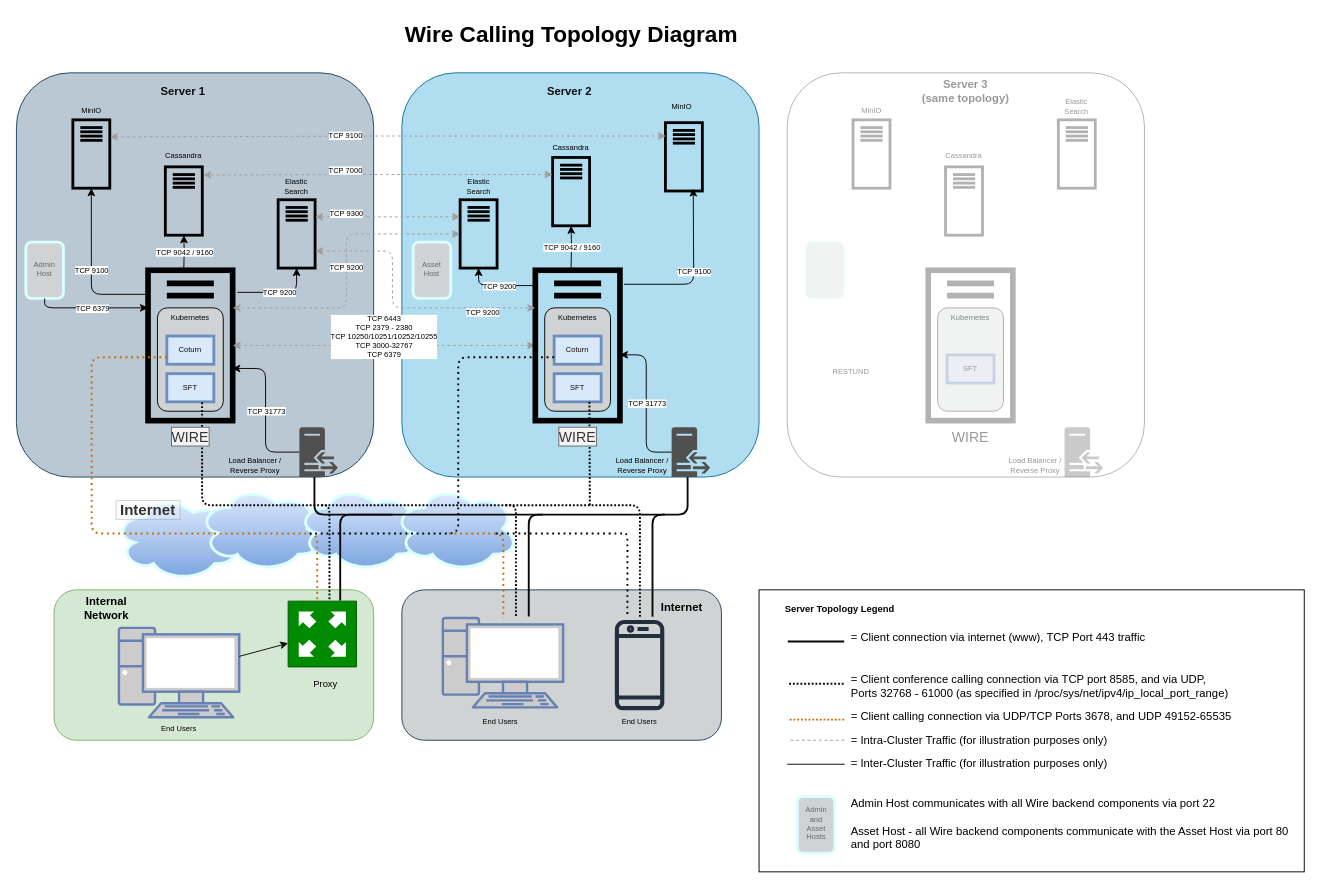
Earlier version of the draw.io diagram src/understand/img/calling-in_cluster.drawio (wireapp/wire-docs). Source tidied: cells renumbered, new cells numbered last; positions are measured from the earlier drawing's top-left corner, leaving out a move shared by most shapes. Both pictures are drawn from the tidied source at 94%, with x=0, y=0 at pixel (16, 16).
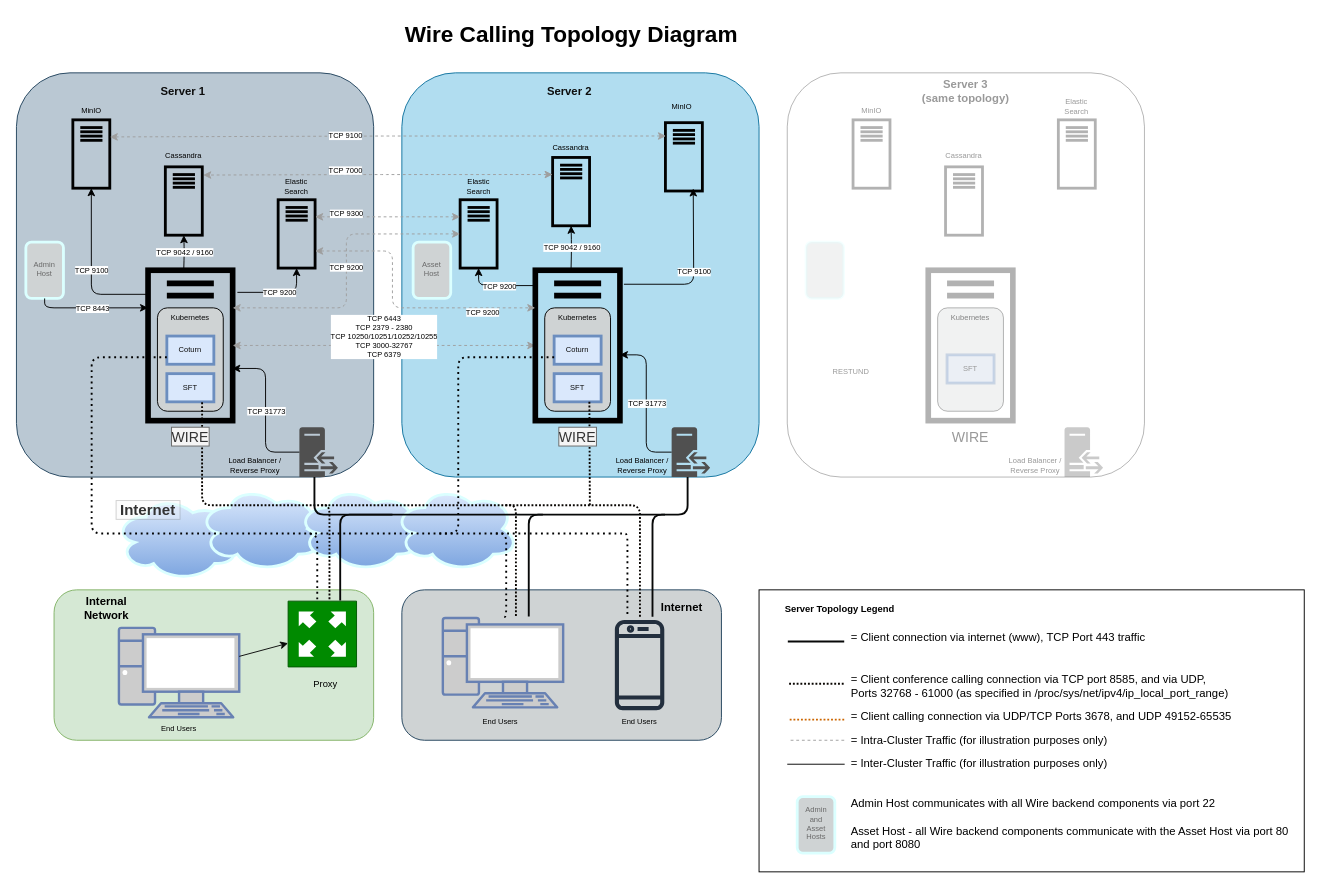
Above is the later version.

Commit message (it also covers changes not shown here):
make the dotted orange lines more consistent, and fix the port for kubernetes from the adminhost.

Unchanged cells that the change refers to:
```xml
<mxCell id="18" style="rounded=0;whiteSpace=wrap;html=1;fontSize=8;strokeColor=#6c8ebf;strokeWidth=3;fillColor=#dae8fc;" parent="10" vertex="1">
  <mxGeometry x="20" y="70" width="50" height="30" as="geometry" />
</mxCell>
<mxCell id="58" style="endArrow=classic;html=1;strokeWidth=1;exitX=0.5;exitY=1;exitDx=0;exitDy=0;edgeStyle=orthogonalEdgeStyle;" parent="1" edge="1" source="56">
  <mxGeometry relative="1" as="geometry">
    <mxPoint x="140" y="310" as="targetPoint" />
    <Array as="points">
      <mxPoint x="30" y="310" />
    </Array>
  </mxGeometry>
</mxCell>
<mxCell id="152" style="rounded=0;whiteSpace=wrap;html=1;fontSize=10;fontColor=#000000;strokeColor=#DBFFFF;strokeWidth=3;fillColor=#CFD3D4;opacity=0;" parent="1" vertex="1">
  <mxGeometry x="288" y="620" width="82" height="80" as="geometry" />
</mxCell>
<mxCell id="153" style="rounded=0;whiteSpace=wrap;html=1;fontSize=10;fontColor=#000000;strokeColor=#DBFFFF;strokeWidth=3;fillColor=#CFD3D4;opacity=0;" parent="1" vertex="1">
  <mxGeometry x="636.6" y="638.5" width="53.4" height="101.5" as="geometry" />
</mxCell>
<mxCell id="154" style="rounded=0;whiteSpace=wrap;html=1;fontSize=10;fontColor=#000000;strokeColor=#DBFFFF;strokeWidth=3;fillColor=#CFD3D4;opacity=0;" parent="1" vertex="1">
  <mxGeometry x="452" y="639.2" width="138" height="100.8" as="geometry" />
</mxCell>
```

The edit, as a diff of the source:
```diff
@@
-    <mxCell id="59" value="TCP 6379" style="edgeLabel;html=1;align=center;verticalAlign=middle;fontSize=8;" parent="58" vertex="1">
+    <mxCell id="59" value="TCP 8443" style="edgeLabel;html=1;align=center;verticalAlign=middle;fontSize=8;" parent="58" vertex="1">
       <mxGeometry relative="1" as="geometry" />
     </mxCell>
@@
-    <mxCell id="183" style="endArrow=none;startArrow=none;html=1;rounded=1;strokeWidth=2;edgeStyle=orthogonalEdgeStyle;curved=0;strokeColor=light-dark(#CC6600, #e66100);exitX=0;exitY=0.75;exitDx=0;exitDy=0;startFill=0;endFill=0;dashed=1;dashPattern=1 2;" parent="1" edge="1" source="18" target="152">
+    <mxCell id="183" style="endArrow=none;startArrow=none;html=1;rounded=1;strokeWidth=2;edgeStyle=orthogonalEdgeStyle;curved=0;strokeColor=light-dark(#000000,#CC6600);exitX=0;exitY=0.75;exitDx=0;exitDy=0;startFill=0;endFill=0;dashed=1;dashPattern=1 2;" parent="1" edge="1" source="18" target="152">
       <mxGeometry relative="1" as="geometry">
         <Array as="points">
           <mxPoint x="80" y="362" />
           <mxPoint x="80" y="550" />
           <mxPoint x="320" y="550" />
         </Array>
       </mxGeometry>
     </mxCell>
@@
-    <mxCell id="185" style="endArrow=none;startArrow=none;html=1;rounded=1;strokeWidth=2;edgeStyle=orthogonalEdgeStyle;curved=0;strokeColor=light-dark(#CC6600,#D47D25);startFill=0;endFill=0;entryX=0.475;entryY=0.009;entryDx=0;entryDy=0;dashed=1;dashPattern=1 2;entryPerimeter=0;" parent="1" edge="1" target="154">
+    <mxCell id="185" style="endArrow=none;startArrow=none;html=1;rounded=1;strokeWidth=2;edgeStyle=orthogonalEdgeStyle;curved=0;strokeColor=light-dark(#000000,#CC6600);startFill=0;endFill=0;entryX=0.475;entryY=0.009;entryDx=0;entryDy=0;dashed=1;dashPattern=1 2;entryPerimeter=0;" parent="1" edge="1" target="154">
       <mxGeometry relative="1" as="geometry">
-        <mxPoint x="460" y="550" as="sourcePoint" />
+        <mxPoint x="510" y="550" as="sourcePoint" />
         <Array as="points">
-          <mxPoint x="518" y="550" />
+          <mxPoint x="521" y="550" />
+          <mxPoint x="521" y="639" />
           <mxPoint x="518" y="639" />
         </Array>
       </mxGeometry>
     </mxCell>
@@
     <mxCell id="189" style="endArrow=none;startArrow=none;html=1;rounded=1;strokeWidth=2;edgeStyle=orthogonalEdgeStyle;curved=0;strokeColor=light-dark(#000000,#CC6600);startFill=0;endFill=0;entryX=0.25;entryY=0;entryDx=0;entryDy=0;dashed=1;dashPattern=1 2;fillColor=#f5f5f5;" parent="1" edge="1" target="153">
       <mxGeometry relative="1" as="geometry">
-        <mxPoint x="510" y="550" as="sourcePoint" />
+        <mxPoint x="450" y="550" as="sourcePoint" />
         <Array as="points">
           <mxPoint x="640" y="550" />
           <mxPoint x="650" y="550" />
         </Array>
       </mxGeometry>
     </mxCell>
```
